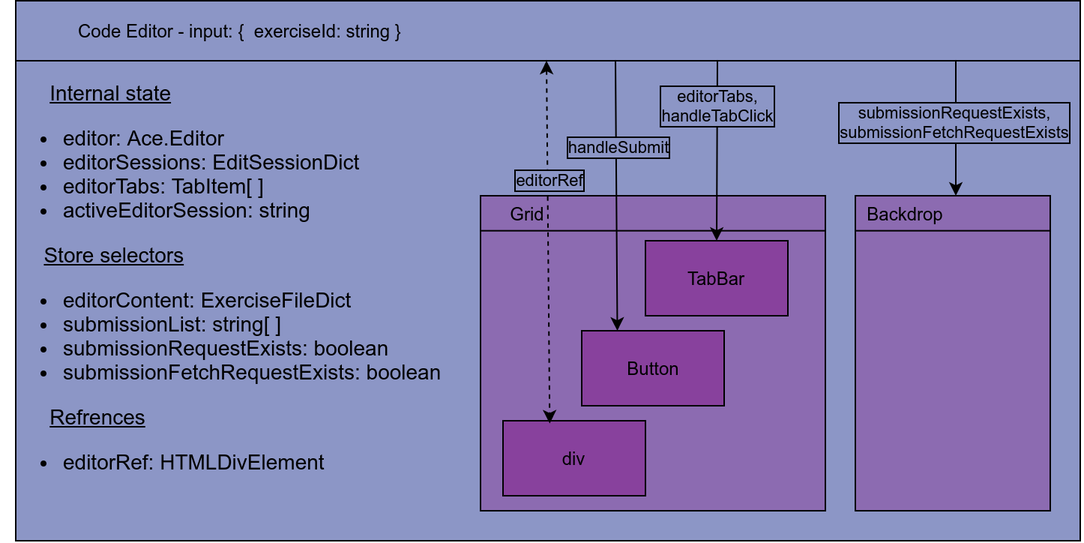
konekoe/konekoe-editor keeps this draw.io diagram as docs/img/codeEditor.png. Above is the earlier version. Source tidied: cells renumbered, new cells last; positions are measured from the earlier drawing's top-left corner, leaving out a move shared by most shapes. The source it was exported from:
```xml
<mxGraphModel>
  <root>
    <mxCell id="0" />
    <mxCell id="1" parent="0" />
    <mxCell id="2" style="rounded=0;whiteSpace=wrap;html=1;fillColor=#8c96c6;" parent="1" vertex="1">
      <mxGeometry x="10" width="710" height="360" as="geometry" />
    </mxCell>
    <mxCell id="3" style="endArrow=none;html=1;" parent="1" edge="1">
      <mxGeometry relative="1" as="geometry">
        <mxPoint x="10" y="40" as="sourcePoint" />
        <mxPoint x="720" y="40" as="targetPoint" />
      </mxGeometry>
    </mxCell>
    <mxCell id="4" value="Code Editor - input: {&amp;nbsp; exerciseId: string }" style="text;html=1;strokeColor=none;fillColor=none;align=left;verticalAlign=middle;whiteSpace=wrap;rounded=0;" parent="1" vertex="1">
      <mxGeometry x="50" y="10" width="240" height="20" as="geometry" />
    </mxCell>
    <mxCell id="5" value="&lt;p style=&quot;line-height: 10%&quot;&gt;&lt;/p&gt;&lt;div&gt;&lt;span style=&quot;font-size: 14px&quot;&gt;&amp;nbsp; &amp;nbsp; &amp;nbsp; &amp;nbsp; &lt;u&gt;Internal state&lt;/u&gt;&lt;/span&gt;&lt;/div&gt;&lt;ul style=&quot;font-size: 14px&quot;&gt;&lt;li&gt;editor: Ace.Editor&lt;/li&gt;&lt;li&gt;editorSessions: EditSessionDict&lt;/li&gt;&lt;li&gt;editorTabs: TabItem[ ]&lt;/li&gt;&lt;li&gt;activeEditorSession: string&lt;/li&gt;&lt;/ul&gt;&lt;div&gt;&lt;span style=&quot;font-size: 14px&quot;&gt;&amp;nbsp; &amp;nbsp; &amp;nbsp; &amp;nbsp;&lt;u&gt;Store selectors&lt;/u&gt;&lt;/span&gt;&lt;/div&gt;&lt;ul style=&quot;font-size: 14px&quot;&gt;&lt;li&gt;editorContent: ExerciseFileDict&lt;/li&gt;&lt;li&gt;submissionList: string[ ]&lt;/li&gt;&lt;li&gt;submissionRequestExists: boolean&lt;/li&gt;&lt;li&gt;submissionFetchRequestExists: boolean&lt;/li&gt;&lt;/ul&gt;&lt;div&gt;&lt;span style=&quot;font-size: 14px&quot;&gt;&amp;nbsp; &amp;nbsp; &amp;nbsp; &amp;nbsp; &lt;u&gt;Refrences&lt;/u&gt;&lt;/span&gt;&lt;/div&gt;&lt;ul style=&quot;font-size: 14px&quot;&gt;&lt;li&gt;editorRef: HTMLDivElement&lt;/li&gt;&lt;/ul&gt;&lt;p&gt;&lt;/p&gt;" style="text;html=1;strokeColor=none;fillColor=none;align=left;verticalAlign=middle;whiteSpace=wrap;rounded=0;" parent="1" vertex="1">
      <mxGeometry y="50" width="300" height="270" as="geometry" />
    </mxCell>
    <mxCell id="6" style="group;" parent="1" vertex="1">
      <mxGeometry x="570" y="130" width="130" height="210" as="geometry" />
    </mxCell>
    <mxCell id="7" style="rounded=0;whiteSpace=wrap;html=1;align=left;fillColor=#8c6bb1;" parent="6" vertex="1">
      <mxGeometry width="130" height="210" as="geometry" />
    </mxCell>
    <mxCell id="8" style="endArrow=none;html=1;" parent="6" edge="1">
      <mxGeometry relative="1" as="geometry">
        <mxPoint y="23.3" as="sourcePoint" />
        <mxPoint x="130" y="23.3" as="targetPoint" />
      </mxGeometry>
    </mxCell>
    <mxCell id="9" value="Backdrop" style="text;html=1;strokeColor=none;fillColor=none;align=center;verticalAlign=middle;whiteSpace=wrap;rounded=0;" parent="6" vertex="1">
      <mxGeometry x="7.3" y="5.8" width="52.7" height="11.7" as="geometry" />
    </mxCell>
    <mxCell id="10" style="endArrow=classic;html=1;" parent="1" edge="1">
      <mxGeometry relative="1" as="geometry">
        <mxPoint x="637" y="40" as="sourcePoint" />
        <mxPoint x="637" y="130" as="targetPoint" />
      </mxGeometry>
    </mxCell>
    <mxCell id="11" value="submissionRequestExists,&lt;br&gt;submissionFetchRequestExists" style="edgeLabel;html=1;align=center;verticalAlign=middle;labelBackgroundColor=#8C96C6;labelBorderColor=#000000;" parent="10" vertex="1">
      <mxGeometry x="0.37" y="-2" relative="1" as="geometry">
        <mxPoint y="-22" as="offset" />
      </mxGeometry>
    </mxCell>
    <mxCell id="12" style="group;fillColor=#8c6bb1;" parent="1" vertex="1">
      <mxGeometry x="320" y="130" width="230" height="210" as="geometry" />
    </mxCell>
    <mxCell id="13" style="rounded=0;whiteSpace=wrap;html=1;align=left;fillColor=#8c6bb1;" parent="12" vertex="1">
      <mxGeometry width="230" height="210" as="geometry" />
    </mxCell>
    <mxCell id="14" style="endArrow=none;html=1;" parent="12" edge="1">
      <mxGeometry relative="1" as="geometry">
        <mxPoint y="23.3" as="sourcePoint" />
        <mxPoint x="230" y="23.3" as="targetPoint" />
      </mxGeometry>
    </mxCell>
    <mxCell id="15" value="Grid" style="text;html=1;strokeColor=none;fillColor=none;align=center;verticalAlign=middle;whiteSpace=wrap;rounded=0;" parent="12" vertex="1">
      <mxGeometry x="13" y="5.8" width="37" height="11.7" as="geometry" />
    </mxCell>
    <mxCell id="16" value="TabBar" style="rounded=0;whiteSpace=wrap;html=1;align=center;fillColor=#88419d;" parent="12" vertex="1">
      <mxGeometry x="110" y="30" width="95" height="50" as="geometry" />
    </mxCell>
    <mxCell id="17" value="Button" style="rounded=0;whiteSpace=wrap;html=1;align=center;fillColor=#88419d;" parent="12" vertex="1">
      <mxGeometry x="67.5" y="90" width="95" height="50" as="geometry" />
    </mxCell>
    <mxCell id="18" value="div" style="rounded=0;whiteSpace=wrap;html=1;align=center;fillColor=#88419d;" parent="12" vertex="1">
      <mxGeometry x="15" y="150" width="95" height="50" as="geometry" />
    </mxCell>
    <mxCell id="19" style="endArrow=classic;html=1;entryX=0.25;entryY=0;entryDx=0;entryDy=0;" parent="1" edge="1" target="17">
      <mxGeometry relative="1" as="geometry">
        <mxPoint x="410" y="40" as="sourcePoint" />
      </mxGeometry>
    </mxCell>
    <mxCell id="20" value="handleSubmit" style="edgeLabel;html=1;align=center;verticalAlign=middle;labelBackgroundColor=#8C96C6;labelBorderColor=#000000;" parent="19" vertex="1">
      <mxGeometry x="-0.3" y="1" relative="1" as="geometry">
        <mxPoint y="-6" as="offset" />
      </mxGeometry>
    </mxCell>
    <mxCell id="21" style="endArrow=classic;html=1;entryX=0.328;entryY=0.037;entryDx=0;entryDy=0;entryPerimeter=0;dashed=1;endFill=1;startArrow=classic;startFill=1;" parent="1" edge="1" target="18">
      <mxGeometry relative="1" as="geometry">
        <mxPoint x="364" y="40" as="sourcePoint" />
      </mxGeometry>
    </mxCell>
    <mxCell id="22" value="editorRef" style="edgeLabel;html=1;align=center;verticalAlign=middle;labelBackgroundColor=#8C96C6;labelBorderColor=#000000;" parent="21" vertex="1">
      <mxGeometry x="-0.65" relative="1" as="geometry">
        <mxPoint x="1" y="37" as="offset" />
      </mxGeometry>
    </mxCell>
    <mxCell id="23" style="endArrow=classic;html=1;entryX=0.5;entryY=0;entryDx=0;entryDy=0;" parent="1" edge="1" target="16">
      <mxGeometry relative="1" as="geometry">
        <mxPoint x="478" y="40" as="sourcePoint" />
      </mxGeometry>
    </mxCell>
    <mxCell id="24" value="editorTabs,&lt;br&gt;handleTabClick" style="edgeLabel;html=1;align=center;verticalAlign=middle;labelBorderColor=#000000;labelBackgroundColor=#8C96C6;" parent="23" vertex="1">
      <mxGeometry x="-0.15" relative="1" as="geometry">
        <mxPoint y="-21" as="offset" />
      </mxGeometry>
    </mxCell>
  </root>
</mxGraphModel>
```
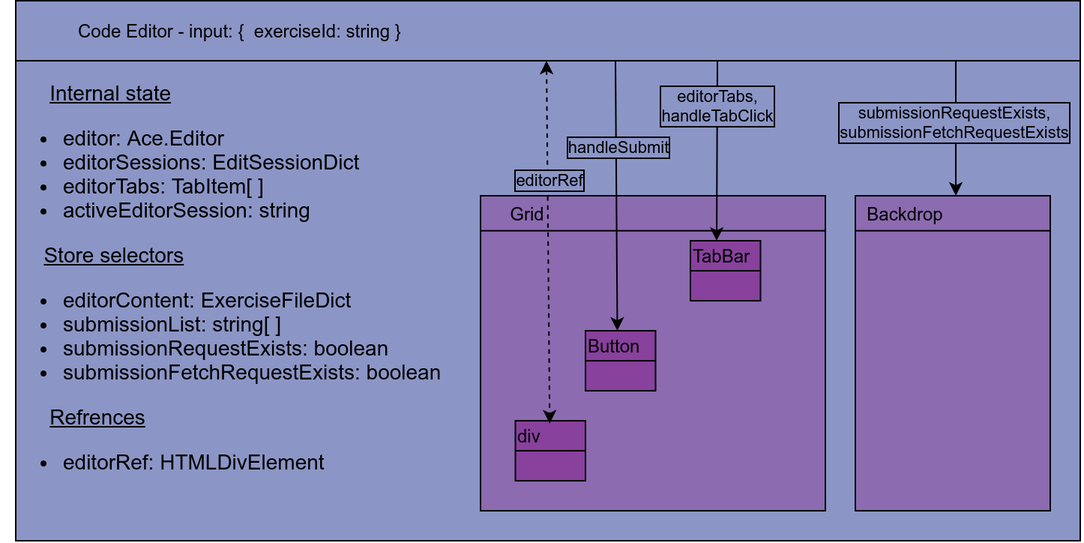
Later version of the same file.

Commit message:
Edited code editor diagram to use UI elements for child components

Change to the diagram source:
```diff
@@ -58,18 +58,52 @@
     <mxCell id="15" value="Grid" style="text;html=1;strokeColor=none;fillColor=none;align=center;verticalAlign=middle;whiteSpace=wrap;rounded=0;" parent="12" vertex="1">
       <mxGeometry x="13" y="5.8" width="37" height="11.7" as="geometry" />
     </mxCell>
+    <mxCell id="25" style="group;" parent="12" vertex="1">
+      <mxGeometry x="140" y="30" width="46.7" height="40" as="geometry" />
+    </mxCell>
+    <mxCell id="26" style="rounded=0;whiteSpace=wrap;html=1;labelBackgroundColor=none;fillColor=#88419d;align=left;" parent="25" vertex="1">
+      <mxGeometry width="46.7" height="40" as="geometry" />
+    </mxCell>
+    <mxCell id="27" style="endArrow=none;html=1;entryX=1;entryY=0.5;entryDx=0;entryDy=0;labelBackgroundColor=none;" parent="25" edge="1" target="26">
+      <mxGeometry as="geometry">
+        <mxPoint y="20" as="sourcePoint" />
+      </mxGeometry>
+    </mxCell>
-    <mxCell id="16" value="TabBar" style="rounded=0;whiteSpace=wrap;html=1;align=center;fillColor=#88419d;" parent="12" vertex="1">
-      <mxGeometry x="110" y="30" width="95" height="50" as="geometry" />
+    <mxCell id="16" value="&lt;span style=&quot;&quot;&gt;TabBar&lt;/span&gt;" style="text;html=1;strokeColor=none;fillColor=none;align=left;verticalAlign=middle;whiteSpace=wrap;rounded=0;labelBackgroundColor=none;" parent="25" vertex="1">
+      <mxGeometry width="44" height="20" as="geometry" />
     </mxCell>
+    <mxCell id="28" style="group;" parent="12" vertex="1">
+      <mxGeometry x="70" y="90" width="46.7" height="40" as="geometry" />
+    </mxCell>
+    <mxCell id="29" style="rounded=0;whiteSpace=wrap;html=1;labelBackgroundColor=none;fillColor=#88419d;align=left;" parent="28" vertex="1">
+      <mxGeometry width="46.7" height="40" as="geometry" />
+    </mxCell>
+    <mxCell id="30" style="endArrow=none;html=1;entryX=1;entryY=0.5;entryDx=0;entryDy=0;labelBackgroundColor=none;" parent="28" edge="1" target="29">
+      <mxGeometry as="geometry">
+        <mxPoint y="20" as="sourcePoint" />
+      </mxGeometry>
+    </mxCell>
-    <mxCell id="17" value="Button" style="rounded=0;whiteSpace=wrap;html=1;align=center;fillColor=#88419d;" parent="12" vertex="1">
-      <mxGeometry x="67.5" y="90" width="95" height="50" as="geometry" />
+    <mxCell id="17" value="&lt;span&gt;Button&lt;/span&gt;" style="text;html=1;strokeColor=none;fillColor=none;align=left;verticalAlign=middle;whiteSpace=wrap;rounded=0;labelBackgroundColor=none;" parent="28" vertex="1">
+      <mxGeometry width="44" height="20" as="geometry" />
     </mxCell>
+    <mxCell id="31" style="group;" parent="12" vertex="1">
+      <mxGeometry x="23.3" y="150" width="46.7" height="40" as="geometry" />
+    </mxCell>
+    <mxCell id="32" style="rounded=0;whiteSpace=wrap;html=1;labelBackgroundColor=none;fillColor=#88419d;align=left;" parent="31" vertex="1">
+      <mxGeometry width="46.7" height="40" as="geometry" />
+    </mxCell>
+    <mxCell id="33" style="endArrow=none;html=1;entryX=1;entryY=0.5;entryDx=0;entryDy=0;labelBackgroundColor=none;" parent="31" edge="1" target="32">
+      <mxGeometry as="geometry">
+        <mxPoint y="20" as="sourcePoint" />
+      </mxGeometry>
+    </mxCell>
-    <mxCell id="18" value="div" style="rounded=0;whiteSpace=wrap;html=1;align=center;fillColor=#88419d;" parent="12" vertex="1">
-      <mxGeometry x="15" y="150" width="95" height="50" as="geometry" />
+    <mxCell id="18" value="&lt;span&gt;div&lt;/span&gt;" style="text;html=1;strokeColor=none;fillColor=none;align=left;verticalAlign=middle;whiteSpace=wrap;rounded=0;labelBackgroundColor=none;" parent="31" vertex="1">
+      <mxGeometry width="44" height="20" as="geometry" />
     </mxCell>
-    <mxCell id="19" style="endArrow=classic;html=1;entryX=0.25;entryY=0;entryDx=0;entryDy=0;" parent="1" edge="1" target="17">
+    <mxCell id="19" style="endArrow=classic;html=1;entryX=0.25;entryY=0;entryDx=0;entryDy=0;" parent="1" edge="1">
       <mxGeometry relative="1" as="geometry">
         <mxPoint x="410" y="40" as="sourcePoint" />
+        <mxPoint x="411.2" y="220" as="targetPoint" />
       </mxGeometry>
     </mxCell>
     <mxCell id="20" value="handleSubmit" style="edgeLabel;html=1;align=center;verticalAlign=middle;labelBackgroundColor=#8C96C6;labelBorderColor=#000000;" parent="19" vertex="1">
@@ -77,9 +111,10 @@
         <mxPoint y="-6" as="offset" />
       </mxGeometry>
     </mxCell>
-    <mxCell id="21" style="endArrow=classic;html=1;entryX=0.328;entryY=0.037;entryDx=0;entryDy=0;entryPerimeter=0;dashed=1;endFill=1;startArrow=classic;startFill=1;" parent="1" edge="1" target="18">
+    <mxCell id="21" style="endArrow=classic;html=1;entryX=0.328;entryY=0.037;entryDx=0;entryDy=0;entryPerimeter=0;dashed=1;endFill=1;startArrow=classic;startFill=1;" parent="1" edge="1">
       <mxGeometry relative="1" as="geometry">
         <mxPoint x="364" y="40" as="sourcePoint" />
+        <mxPoint x="366.2" y="281.9" as="targetPoint" />
       </mxGeometry>
     </mxCell>
     <mxCell id="22" value="editorRef" style="edgeLabel;html=1;align=center;verticalAlign=middle;labelBackgroundColor=#8C96C6;labelBorderColor=#000000;" parent="21" vertex="1">
@@ -87,9 +122,10 @@
         <mxPoint x="1" y="37" as="offset" />
       </mxGeometry>
     </mxCell>
-    <mxCell id="23" style="endArrow=classic;html=1;entryX=0.5;entryY=0;entryDx=0;entryDy=0;" parent="1" edge="1" target="16">
+    <mxCell id="23" style="endArrow=classic;html=1;entryX=0.5;entryY=0;entryDx=0;entryDy=0;" parent="1" edge="1">
       <mxGeometry relative="1" as="geometry">
         <mxPoint x="478" y="40" as="sourcePoint" />
+        <mxPoint x="477.5" y="160" as="targetPoint" />
       </mxGeometry>
     </mxCell>
     <mxCell id="24" value="editorTabs,&lt;br&gt;handleTabClick" style="edgeLabel;html=1;align=center;verticalAlign=middle;labelBorderColor=#000000;labelBackgroundColor=#8C96C6;" parent="23" vertex="1">
```
